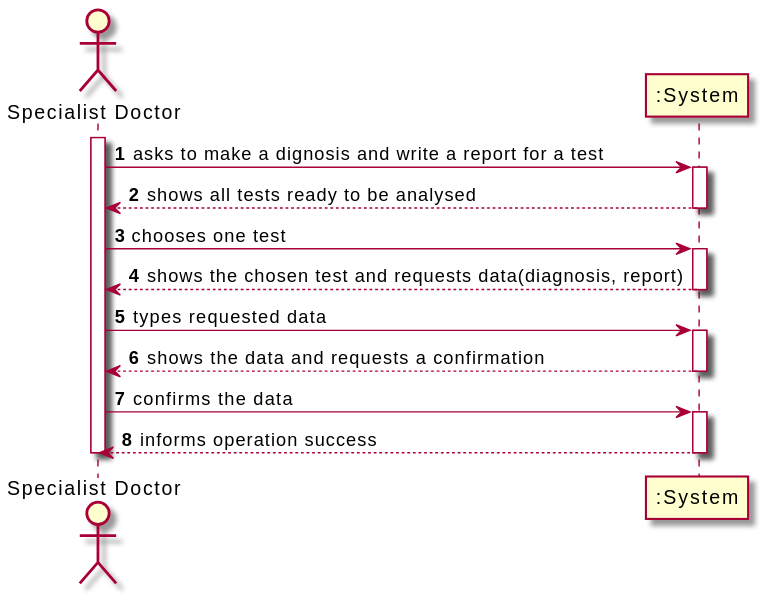
RuiRioPina/LAPR2-20-21 keeps this PlantUML diagram as docs/SprintC/US_14/ImagesUsed/US14_SSD.svg. Above is the earlier version. The source it was exported from:
```plantuml
@startuml
autonumber
actor "Specialist Doctor" as SD

activate SD
SD-> ":System" : asks to make a dignosis and write a report for a test
activate ":System"
":System" --> SD: shows all tests ready to be analysed
deactivate ":System"

SD-> ":System" : chooses one test
activate ":System"
":System" --> SD: shows the chosen test and requests data(diagnosis, report)
deactivate ":System"
SD-> ":System" : types requested data
activate ":System"


":System" --> SD: shows the data and requests a confirmation
deactivate ":System"

SD-> ":System" : confirms the data
activate ":System"
":System" --> SD: informs operation success
deactivate ":System"

deactivate SD
@enduml
```
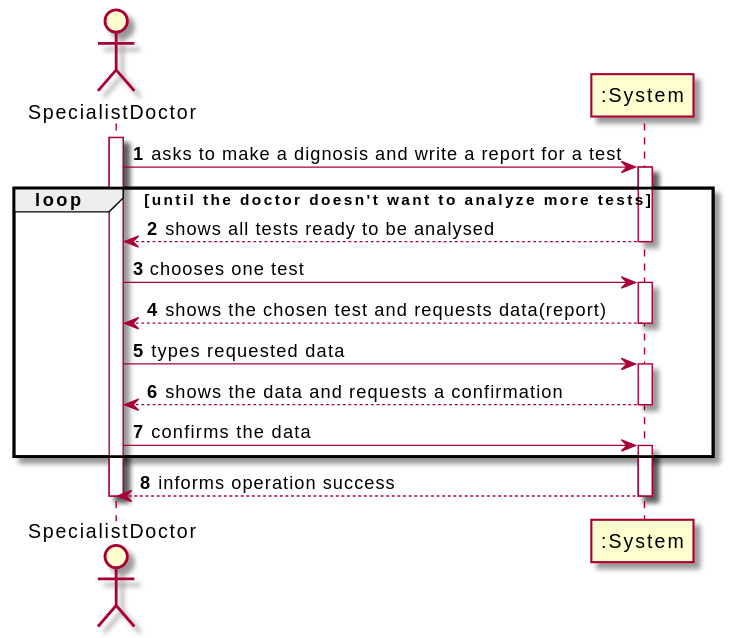
The same diagram one commit later.

What changed in the source:
```diff
@@ -1,26 +1,28 @@
 @startuml
 autonumber
-actor "Specialist Doctor" as SD
+actor "SpecialistDoctor" as SD
 
 activate SD
 SD-> ":System" : asks to make a dignosis and write a report for a test
 activate ":System"
+loop until the doctor doesn't want to analyze more tests
 ":System" --> SD: shows all tests ready to be analysed
 deactivate ":System"
 
+
 SD-> ":System" : chooses one test
 activate ":System"
-":System" --> SD: shows the chosen test and requests data(diagnosis, report)
+":System" --> SD: shows the chosen test and requests data(report)
 deactivate ":System"
+
 SD-> ":System" : types requested data
 activate ":System"
-
-
 ":System" --> SD: shows the data and requests a confirmation
 deactivate ":System"
 
 SD-> ":System" : confirms the data
 activate ":System"
+end
 ":System" --> SD: informs operation success
 deactivate ":System"
 
```
